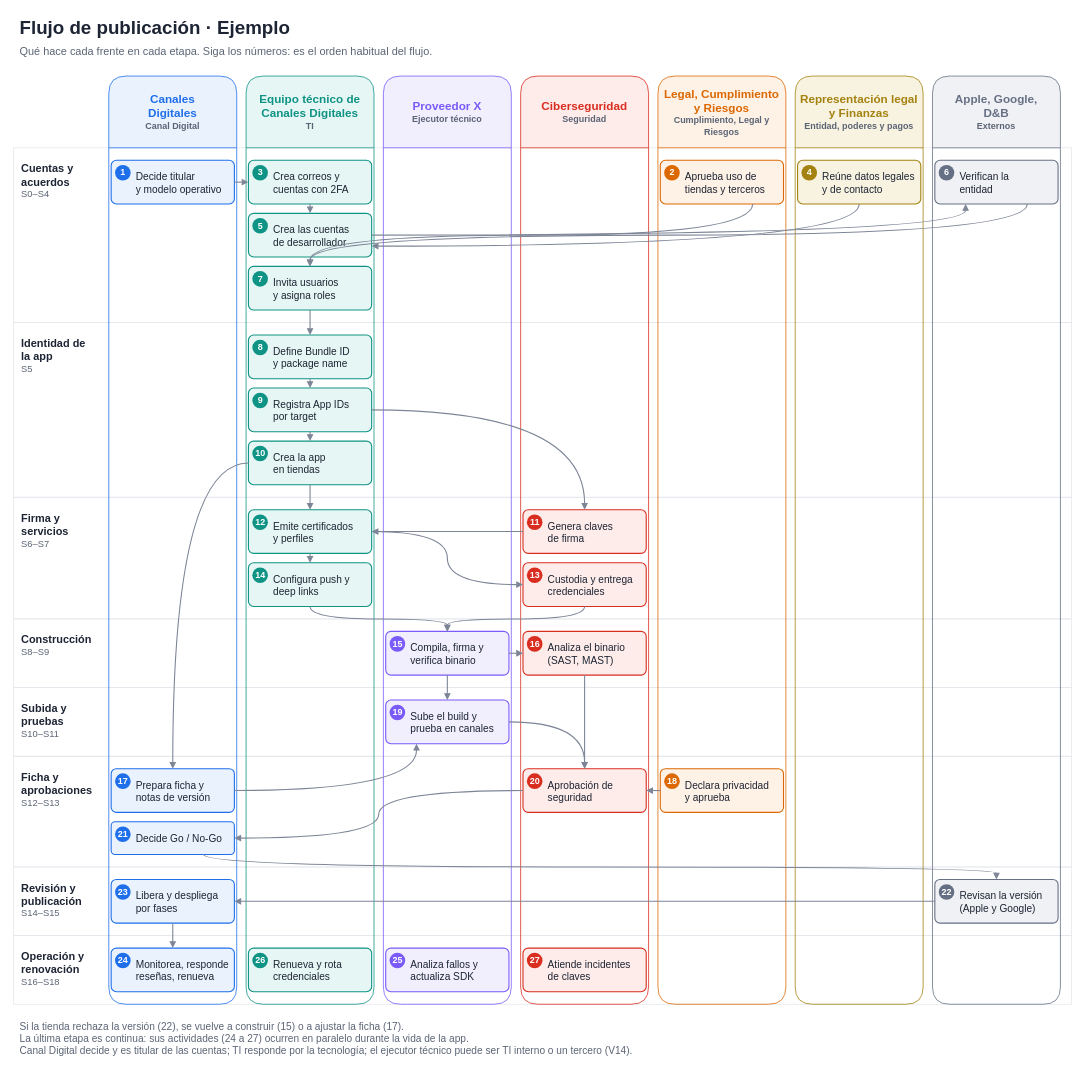
Earlier version of the draw.io diagram clients/example/dist/swimlanes-example.drawio (devla90/mobile-app-publishing-model). Source tidied: cells renumbered, new cells numbered last; positions are measured from the earlier drawing's top-left corner, leaving out a move shared by most shapes. Both pictures are drawn from the tidied source at 78%, with x=0, y=0 at pixel (13, 13).
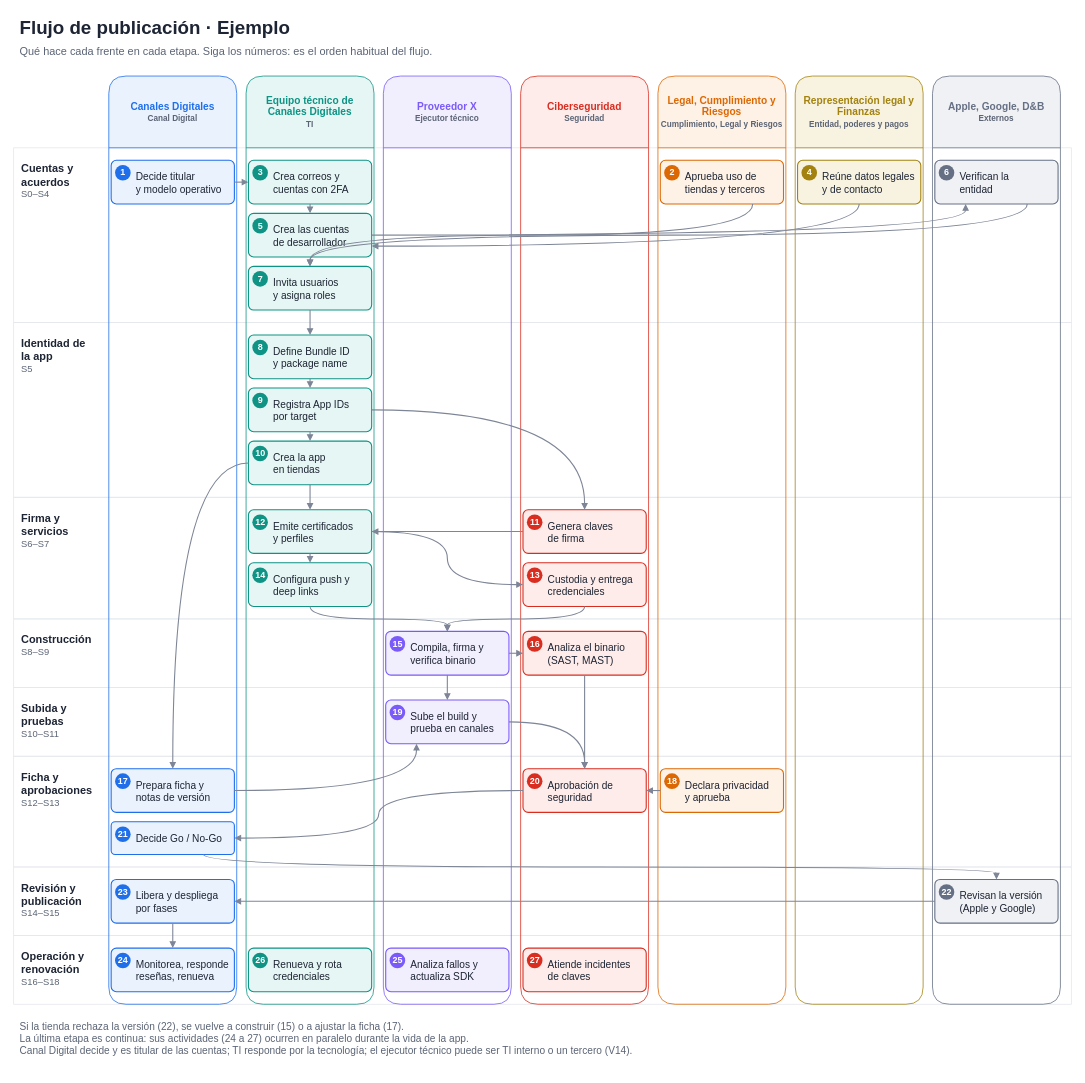
Above is the later version.

Diff of the diagram source:
```diff
@@
-    <mxCell id="12" value="&lt;b style=&quot;font-size:15px&quot;&gt;Canales&lt;br&gt;Digitales&lt;/b&gt;&lt;br&gt;&lt;span style=&quot;font-size:11.5px;color:#5B6475&quot;&gt;Canal Digital&lt;/span&gt;" style="swimlane;html=1;whiteSpace=wrap;startSize=92;rounded=1;arcSize=8;fillColor=#EAF2FE;swimlaneFillColor=none;strokeColor=#1F6FEB;fontColor=#1F6FEB;horizontal=1;verticalAlign=middle;fontFamily=Calibri;" parent="1" vertex="1">
+    <mxCell id="12" value="&lt;b style=&quot;font-size:13px&quot;&gt;Canales Digitales&lt;/b&gt;&lt;br&gt;&lt;span style=&quot;font-size:10.5px;color:#5B6475&quot;&gt;Canal Digital&lt;/span&gt;" style="swimlane;html=1;whiteSpace=wrap;startSize=92;rounded=1;arcSize=8;fillColor=#EAF2FE;swimlaneFillColor=none;strokeColor=#1F6FEB;fontColor=#1F6FEB;horizontal=1;verticalAlign=middle;fontFamily=Calibri;" parent="1" vertex="1">
       <mxGeometry x="122" y="80" width="164" height="1190" as="geometry" />
     </mxCell>
@@
-    <mxCell id="23" value="&lt;b style=&quot;font-size:15px&quot;&gt;Equipo técnico de&lt;br&gt;Canales Digitales&lt;/b&gt;&lt;br&gt;&lt;span style=&quot;font-size:11.5px;color:#5B6475&quot;&gt;TI&lt;/span&gt;" style="swimlane;html=1;whiteSpace=wrap;startSize=92;rounded=1;arcSize=8;fillColor=#E6F6F4;swimlaneFillColor=none;strokeColor=#0E9384;fontColor=#0E9384;horizontal=1;verticalAlign=middle;fontFamily=Calibri;" parent="1" vertex="1">
+    <mxCell id="23" value="&lt;b style=&quot;font-size:13px&quot;&gt;Equipo técnico de&lt;br&gt;Canales Digitales&lt;/b&gt;&lt;br&gt;&lt;span style=&quot;font-size:10.5px;color:#5B6475&quot;&gt;TI&lt;/span&gt;" style="swimlane;html=1;whiteSpace=wrap;startSize=92;rounded=1;arcSize=8;fillColor=#E6F6F4;swimlaneFillColor=none;strokeColor=#0E9384;fontColor=#0E9384;horizontal=1;verticalAlign=middle;fontFamily=Calibri;" parent="1" vertex="1">
       <mxGeometry x="298" y="80" width="164" height="1190" as="geometry" />
     </mxCell>
@@
-    <mxCell id="42" value="&lt;b style=&quot;font-size:15px&quot;&gt;Proveedor X&lt;/b&gt;&lt;br&gt;&lt;span style=&quot;font-size:11.5px;color:#5B6475&quot;&gt;Ejecutor técnico&lt;/span&gt;" style="swimlane;html=1;whiteSpace=wrap;startSize=92;rounded=1;arcSize=8;fillColor=#F1EEFE;swimlaneFillColor=none;strokeColor=#7A5AF8;fontColor=#7A5AF8;horizontal=1;verticalAlign=middle;fontFamily=Calibri;" parent="1" vertex="1">
+    <mxCell id="42" value="&lt;b style=&quot;font-size:13px&quot;&gt;Proveedor X&lt;/b&gt;&lt;br&gt;&lt;span style=&quot;font-size:10.5px;color:#5B6475&quot;&gt;Ejecutor técnico&lt;/span&gt;" style="swimlane;html=1;whiteSpace=wrap;startSize=92;rounded=1;arcSize=8;fillColor=#F1EEFE;swimlaneFillColor=none;strokeColor=#7A5AF8;fontColor=#7A5AF8;horizontal=1;verticalAlign=middle;fontFamily=Calibri;" parent="1" vertex="1">
       <mxGeometry x="474" y="80" width="164" height="1190" as="geometry" />
     </mxCell>
@@
-    <mxCell id="49" value="&lt;b style=&quot;font-size:15px&quot;&gt;Ciberseguridad&lt;/b&gt;&lt;br&gt;&lt;span style=&quot;font-size:11.5px;color:#5B6475&quot;&gt;Seguridad&lt;/span&gt;" style="swimlane;html=1;whiteSpace=wrap;startSize=92;rounded=1;arcSize=8;fillColor=#FDECEA;swimlaneFillColor=none;strokeColor=#D92D20;fontColor=#D92D20;horizontal=1;verticalAlign=middle;fontFamily=Calibri;" parent="1" vertex="1">
+    <mxCell id="49" value="&lt;b style=&quot;font-size:13px&quot;&gt;Ciberseguridad&lt;/b&gt;&lt;br&gt;&lt;span style=&quot;font-size:10.5px;color:#5B6475&quot;&gt;Seguridad&lt;/span&gt;" style="swimlane;html=1;whiteSpace=wrap;startSize=92;rounded=1;arcSize=8;fillColor=#FDECEA;swimlaneFillColor=none;strokeColor=#D92D20;fontColor=#D92D20;horizontal=1;verticalAlign=middle;fontFamily=Calibri;" parent="1" vertex="1">
       <mxGeometry x="650" y="80" width="164" height="1190" as="geometry" />
     </mxCell>
@@
-    <mxCell id="60" value="&lt;b style=&quot;font-size:15px&quot;&gt;Legal, Cumplimiento&lt;br&gt;y Riesgos&lt;/b&gt;&lt;br&gt;&lt;span style=&quot;font-size:11.5px;color:#5B6475&quot;&gt;Cumplimiento, Legal y Riesgos&lt;/span&gt;" style="swimlane;html=1;whiteSpace=wrap;startSize=92;rounded=1;arcSize=8;fillColor=#FEF1E6;swimlaneFillColor=none;strokeColor=#DC6803;fontColor=#DC6803;horizontal=1;verticalAlign=middle;fontFamily=Calibri;" parent="1" vertex="1">
+    <mxCell id="60" value="&lt;b style=&quot;font-size:13px&quot;&gt;Legal, Cumplimiento y&lt;br&gt;Riesgos&lt;/b&gt;&lt;br&gt;&lt;span style=&quot;font-size:10.5px;color:#5B6475&quot;&gt;Cumplimiento, Legal y Riesgos&lt;/span&gt;" style="swimlane;html=1;whiteSpace=wrap;startSize=92;rounded=1;arcSize=8;fillColor=#FEF1E6;swimlaneFillColor=none;strokeColor=#DC6803;fontColor=#DC6803;horizontal=1;verticalAlign=middle;fontFamily=Calibri;" parent="1" vertex="1">
       <mxGeometry x="826" y="80" width="164" height="1190" as="geometry" />
     </mxCell>
@@
-    <mxCell id="65" value="&lt;b style=&quot;font-size:15px&quot;&gt;Representación legal&lt;br&gt;y Finanzas&lt;/b&gt;&lt;br&gt;&lt;span style=&quot;font-size:11.5px;color:#5B6475&quot;&gt;Entidad, poderes y pagos&lt;/span&gt;" style="swimlane;html=1;whiteSpace=wrap;startSize=92;rounded=1;arcSize=8;fillColor=#F8F3E0;swimlaneFillColor=none;strokeColor=#A3820F;fontColor=#A3820F;horizontal=1;verticalAlign=middle;fontFamily=Calibri;" parent="1" vertex="1">
+    <mxCell id="65" value="&lt;b style=&quot;font-size:13px&quot;&gt;Representación legal y&lt;br&gt;Finanzas&lt;/b&gt;&lt;br&gt;&lt;span style=&quot;font-size:10.5px;color:#5B6475&quot;&gt;Entidad, poderes y pagos&lt;/span&gt;" style="swimlane;html=1;whiteSpace=wrap;startSize=92;rounded=1;arcSize=8;fillColor=#F8F3E0;swimlaneFillColor=none;strokeColor=#A3820F;fontColor=#A3820F;horizontal=1;verticalAlign=middle;fontFamily=Calibri;" parent="1" vertex="1">
       <mxGeometry x="1002" y="80" width="164" height="1190" as="geometry" />
     </mxCell>
@@
-    <mxCell id="68" value="&lt;b style=&quot;font-size:15px&quot;&gt;Apple, Google,&lt;br&gt;D&amp;amp;B&lt;/b&gt;&lt;br&gt;&lt;span style=&quot;font-size:11.5px;color:#5B6475&quot;&gt;Externos&lt;/span&gt;" style="swimlane;html=1;whiteSpace=wrap;startSize=92;rounded=1;arcSize=8;fillColor=#F0F1F4;swimlaneFillColor=none;strokeColor=#667085;fontColor=#667085;horizontal=1;verticalAlign=middle;fontFamily=Calibri;" parent="1" vertex="1">
+    <mxCell id="68" value="&lt;b style=&quot;font-size:13px&quot;&gt;Apple, Google, D&amp;amp;B&lt;/b&gt;&lt;br&gt;&lt;span style=&quot;font-size:10.5px;color:#5B6475&quot;&gt;Externos&lt;/span&gt;" style="swimlane;html=1;whiteSpace=wrap;startSize=92;rounded=1;arcSize=8;fillColor=#F0F1F4;swimlaneFillColor=none;strokeColor=#667085;fontColor=#667085;horizontal=1;verticalAlign=middle;fontFamily=Calibri;" parent="1" vertex="1">
       <mxGeometry x="1178" y="80" width="164" height="1190" as="geometry" />
     </mxCell>
```
